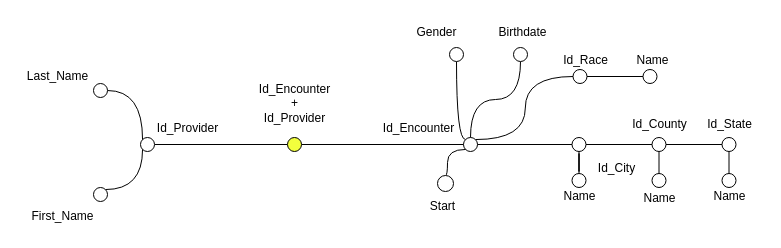
Before: Alberi_Elaborated/Conduct.drawio in MircoPerna99/BigDataManagement_Team, a draw.io diagram. Source tidied: cells renumbered, new cells numbered last; positions are measured from the earlier drawing's top-left corner, leaving out a move shared by most shapes. Both pictures are drawn from the tidied source at 100%, with x=0, y=0 at pixel (17, 17).
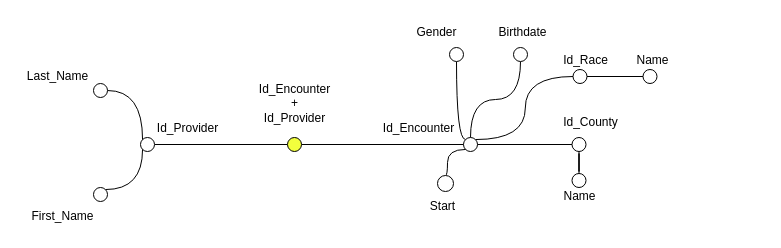
The same diagram, later.

Unchanged cells that the change refers to:
```xml
<mxCell id="10" style="ellipse;whiteSpace=wrap;html=1;fillColor=#FFFFFF;" parent="1" vertex="1">
  <mxGeometry x="554.5" y="120" width="14" height="14" as="geometry" />
</mxCell>
```

Diff of the diagram source:
```diff
@@
-    <mxCell id="9" style="edgeStyle=orthogonalEdgeStyle;rounded=0;jettySize=auto;html=1;exitX=1;exitY=0.5;exitDx=0;exitDy=0;entryX=0;entryY=0.5;entryDx=0;entryDy=0;endArrow=none;startFill=0;" parent="1" edge="1" source="10" target="17">
-      <mxGeometry relative="1" as="geometry" />
-    </mxCell>
@@
-    <mxCell id="11" value="Id_City" style="text;html=1;align=center;verticalAlign=middle;strokeColor=none;fillColor=none;" parent="1" vertex="1">
-      <mxGeometry x="568.5" y="136" width="60" height="30" as="geometry" />
-    </mxCell>
@@
-    <mxCell id="15" style="edgeStyle=orthogonalEdgeStyle;rounded=0;jettySize=auto;html=1;exitX=0.5;exitY=1;exitDx=0;exitDy=0;entryX=0.5;entryY=0;entryDx=0;entryDy=0;endArrow=none;startFill=0;" parent="1" edge="1" source="17" target="19">
-      <mxGeometry relative="1" as="geometry" />
-    </mxCell>
-    <mxCell id="16" style="edgeStyle=orthogonalEdgeStyle;rounded=0;jettySize=auto;html=1;exitX=1;exitY=0.5;exitDx=0;exitDy=0;entryX=0;entryY=0.5;entryDx=0;entryDy=0;endArrow=none;startFill=0;" parent="1" edge="1" source="17" target="22">
-      <mxGeometry relative="1" as="geometry" />
-    </mxCell>
-    <mxCell id="17" style="ellipse;whiteSpace=wrap;html=1;fillColor=#FFFFFF;" parent="1" vertex="1">
-      <mxGeometry x="634.5" y="120" width="14" height="14" as="geometry" />
-    </mxCell>
     <mxCell id="18" value="Id_County" style="text;html=1;align=center;verticalAlign=middle;strokeColor=none;fillColor=none;" parent="1" vertex="1">
-      <mxGeometry x="601.5" y="92" width="80" height="30" as="geometry" />
+      <mxGeometry x="532.5" y="90" width="80" height="30" as="geometry" />
     </mxCell>
-    <mxCell id="19" style="ellipse;whiteSpace=wrap;html=1;fillColor=#FFFFFF;" parent="1" vertex="1">
-      <mxGeometry x="634.5" y="156" width="14" height="14" as="geometry" />
-    </mxCell>
-    <mxCell id="20" value="Name" style="text;html=1;align=center;verticalAlign=middle;strokeColor=none;fillColor=none;" parent="1" vertex="1">
-      <mxGeometry x="611.5" y="166" width="60" height="30" as="geometry" />
-    </mxCell>
-    <mxCell id="21" style="edgeStyle=orthogonalEdgeStyle;rounded=0;jettySize=auto;html=1;exitX=0.5;exitY=1;exitDx=0;exitDy=0;entryX=0.5;entryY=0;entryDx=0;entryDy=0;endArrow=none;startFill=0;" parent="1" edge="1" source="22" target="24">
-      <mxGeometry relative="1" as="geometry" />
-    </mxCell>
-    <mxCell id="22" style="ellipse;whiteSpace=wrap;html=1;fillColor=#FFFFFF;" parent="1" vertex="1">
-      <mxGeometry x="704.5" y="120" width="14" height="14" as="geometry" />
-    </mxCell>
-    <mxCell id="23" value="Id_State" style="text;html=1;align=center;verticalAlign=middle;strokeColor=none;fillColor=none;" parent="1" vertex="1">
-      <mxGeometry x="676.5" y="92" width="70" height="30" as="geometry" />
-    </mxCell>
-    <mxCell id="24" style="ellipse;whiteSpace=wrap;html=1;fillColor=#FFFFFF;" parent="1" vertex="1">
-      <mxGeometry x="704.5" y="156" width="14" height="14" as="geometry" />
-    </mxCell>
-    <mxCell id="25" value="Name" style="text;html=1;align=center;verticalAlign=middle;strokeColor=none;fillColor=none;" parent="1" vertex="1">
-      <mxGeometry x="681.5" y="164" width="60" height="30" as="geometry" />
-    </mxCell>
```
